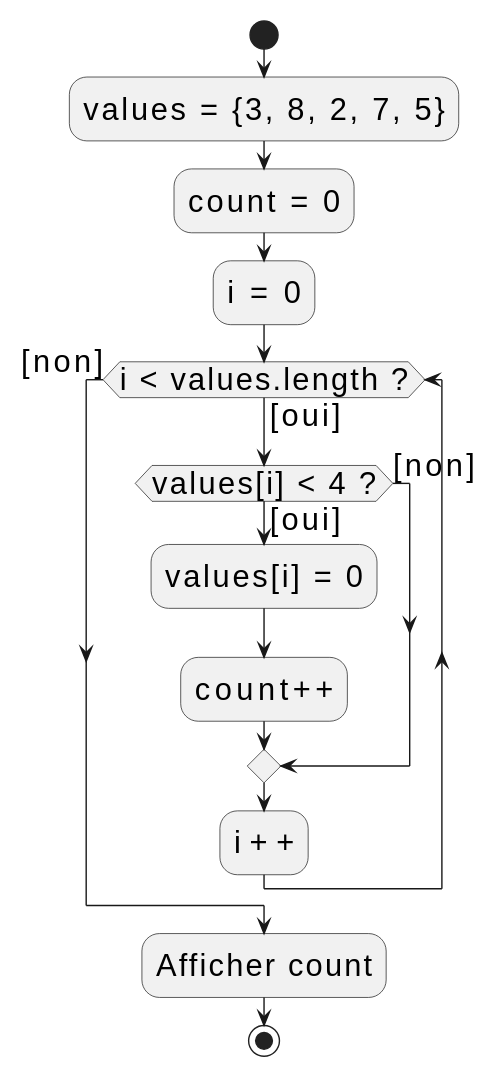
Above: materiel/08-tableaux-et-lancement-du-mini-projet/diagrammes/a08.svg in heig-vd-progim-course/heig-vd-progim1-course (PlantUML), before the change. The source it was exported from:
```plantuml
@startuml
skinparam backgroundColor transparent
skinparam defaultFontName sans-serif
skinparam defaultFontSize 22
!pragma useVerticalIf on

start
:values = {3, 8, 2, 7, 5};
:count = 0;
:i = 0;
while (i < values.length ?) is ([oui])
  if (values[i] < 4 ?) then ([oui])
    :values[i] = 0;
    :count++;
  else ([non])
  endif
  :i++;
endwhile ([non])
:Afficher count;
stop
@enduml
```
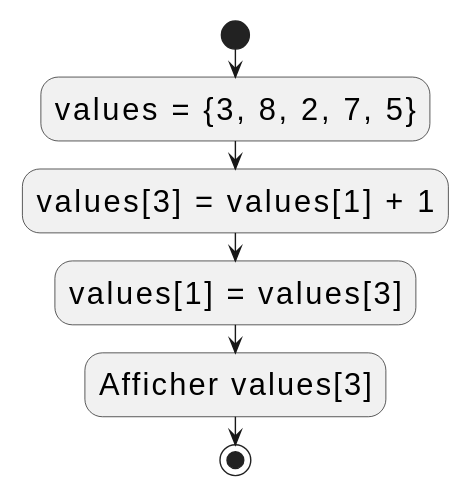
After the commit.

The edit, as a diff of the source:
```diff
@@ -6,16 +6,8 @@
 
 start
 :values = {3, 8, 2, 7, 5};
-:count = 0;
-:i = 0;
-while (i < values.length ?) is ([oui])
-  if (values[i] < 4 ?) then ([oui])
-    :values[i] = 0;
-    :count++;
-  else ([non])
-  endif
-  :i++;
-endwhile ([non])
-:Afficher count;
+:values[3] = values[1] + 1;
+:values[1] = values[3];
+:Afficher values[3];
 stop
 @enduml
```
